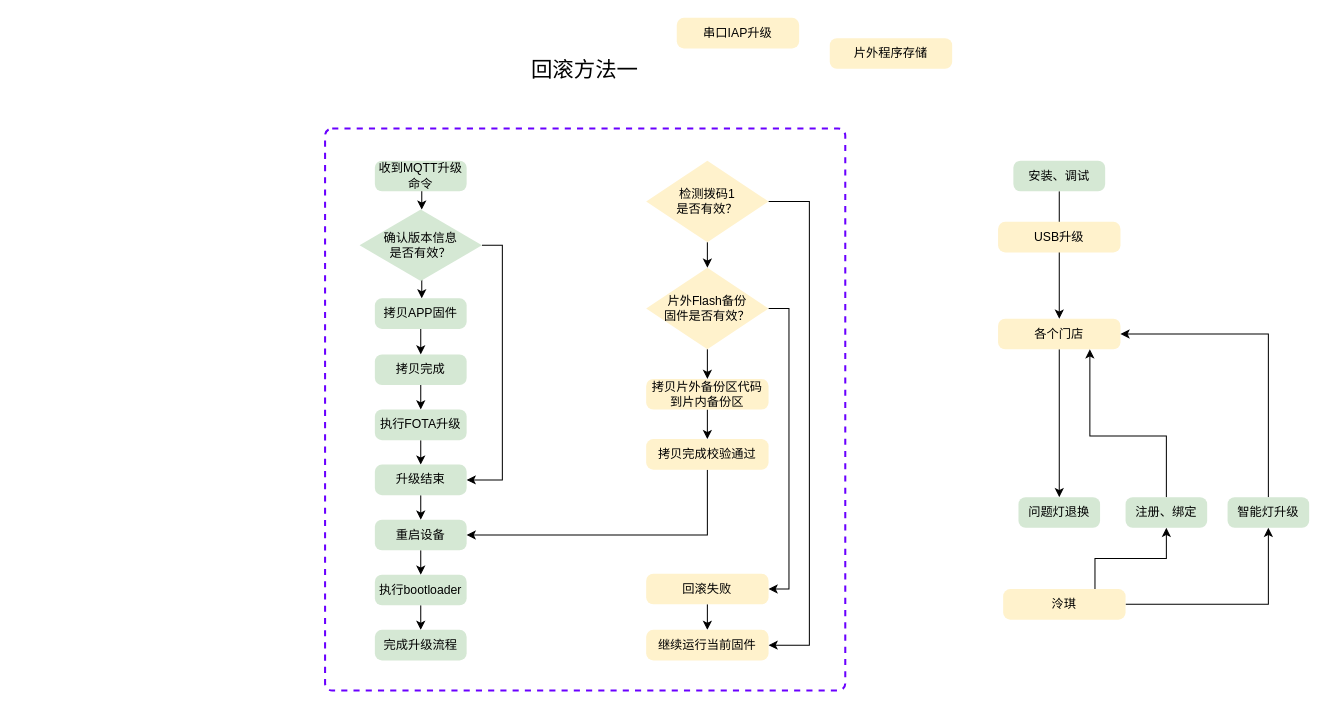
zjh6607476/drawing keeps this draw.io diagram as FOTA升级优化.drawio. Above is the earlier version. Source tidied: cells renumbered, new cells numbered last; positions are measured from the earlier drawing's top-left corner, leaving out a move shared by most shapes. Both pictures are drawn from the tidied source at 102%, with x=0, y=0 at pixel (324, 17).
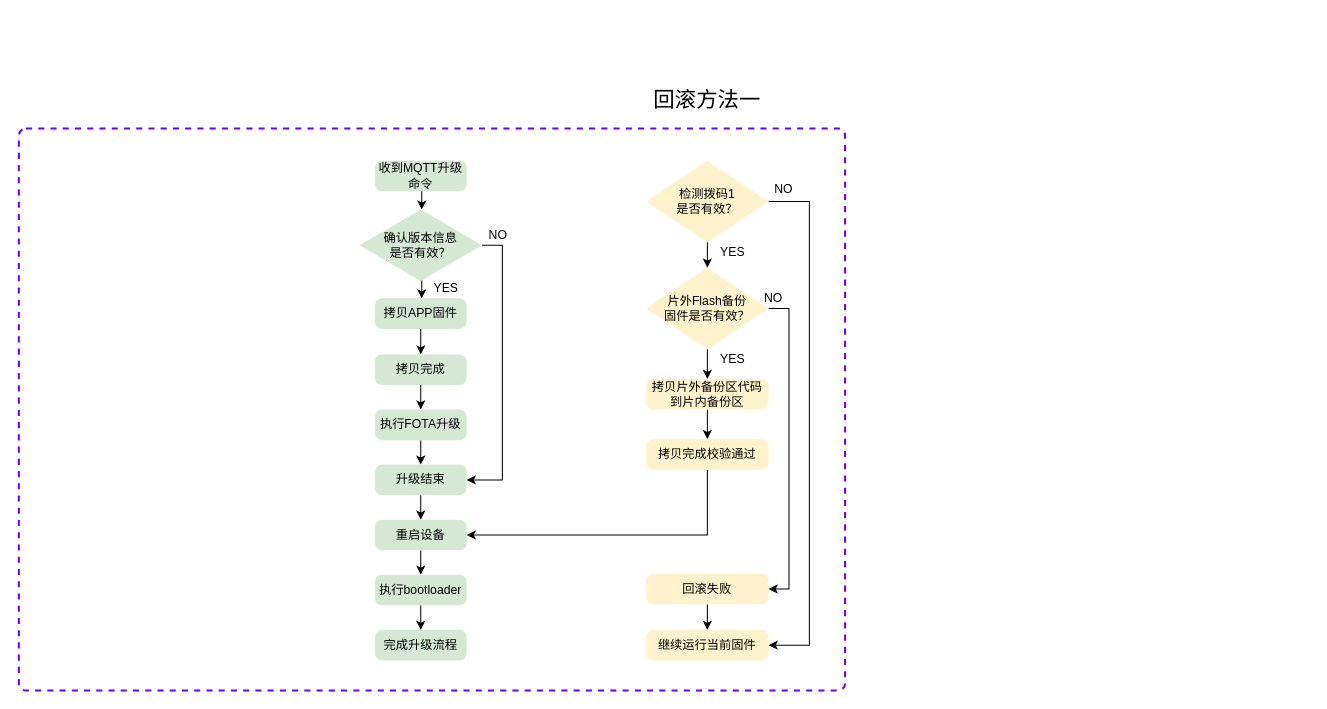
Above is the later version.

Commit message (it also covers changes not shown here):
更新FOTA升级优化.drawio

Change to the diagram source:
```diff
@@
-    <mxCell id="4" style="edgeStyle=orthogonalEdgeStyle;rounded=0;html=1;exitX=0.5;exitY=1;entryX=0.5;entryY=0;jettySize=auto;fontSize=9;" parent="1" edge="1" source="5" target="6">
-      <mxGeometry relative="1" as="geometry" />
-    </mxCell>
-    <mxCell id="5" value="各个门店" style="rounded=1;whiteSpace=wrap;html=1;absoluteArcSize=1;arcSize=14;strokeWidth=2;fillColor=#fff2cc;strokeColor=none;" parent="1" vertex="1">
-      <mxGeometry x="660" y="295" width="120" height="30" as="geometry" />
-    </mxCell>
-    <mxCell id="6" value="问题灯退换" style="rounded=1;whiteSpace=wrap;html=1;absoluteArcSize=1;arcSize=14;strokeWidth=2;fillColor=#d5e8d4;strokeColor=none;" parent="1" vertex="1">
-      <mxGeometry x="680" y="470" width="80" height="30" as="geometry" />
-    </mxCell>
-    <mxCell id="7" style="edgeStyle=orthogonalEdgeStyle;rounded=0;html=1;exitX=0.5;exitY=1;entryX=0.5;entryY=0;jettySize=auto;fontSize=9;" parent="1" edge="1" source="8" target="5">
-      <mxGeometry relative="1" as="geometry" />
-    </mxCell>
-    <mxCell id="8" value="安装、调试" style="rounded=1;whiteSpace=wrap;html=1;absoluteArcSize=1;arcSize=14;strokeWidth=2;fillColor=#d5e8d4;strokeColor=none;" parent="1" vertex="1">
-      <mxGeometry x="675" y="140" width="90" height="30" as="geometry" />
-    </mxCell>
-    <mxCell id="9" style="edgeStyle=orthogonalEdgeStyle;rounded=0;html=1;exitX=1;exitY=0.5;entryX=0.5;entryY=1;jettySize=auto;fontSize=9;" parent="1" edge="1" source="11" target="15">
-      <mxGeometry relative="1" as="geometry" />
-    </mxCell>
-    <mxCell id="10" style="edgeStyle=orthogonalEdgeStyle;rounded=0;html=1;exitX=0.75;exitY=0;jettySize=auto;fontSize=9;" parent="1" edge="1" source="11" target="13">
-      <mxGeometry relative="1" as="geometry" />
-    </mxCell>
-    <mxCell id="11" value="泠琪" style="rounded=1;whiteSpace=wrap;html=1;absoluteArcSize=1;arcSize=14;strokeWidth=2;fillColor=#fff2cc;strokeColor=none;" parent="1" vertex="1">
-      <mxGeometry x="665" y="560" width="120" height="30" as="geometry" />
-    </mxCell>
-    <mxCell id="12" style="edgeStyle=orthogonalEdgeStyle;rounded=0;html=1;exitX=0.5;exitY=0;entryX=0.75;entryY=1;jettySize=auto;fontSize=9;" parent="1" edge="1" source="13" target="5">
-      <mxGeometry relative="1" as="geometry">
-        <Array as="points">
-          <mxPoint x="825" y="410" />
-          <mxPoint x="750" y="410" />
-        </Array>
-      </mxGeometry>
-    </mxCell>
-    <mxCell id="13" value="注册、绑定" style="rounded=1;whiteSpace=wrap;html=1;absoluteArcSize=1;arcSize=14;strokeWidth=2;fillColor=#d5e8d4;strokeColor=none;" parent="1" vertex="1">
-      <mxGeometry x="785" y="470" width="80" height="30" as="geometry" />
-    </mxCell>
-    <mxCell id="14" style="edgeStyle=orthogonalEdgeStyle;rounded=0;html=1;exitX=0.5;exitY=0;entryX=1;entryY=0.5;jettySize=auto;fontSize=9;" parent="1" edge="1" source="15" target="5">
-      <mxGeometry relative="1" as="geometry" />
-    </mxCell>
-    <mxCell id="15" value="智能灯升级" style="rounded=1;whiteSpace=wrap;html=1;absoluteArcSize=1;arcSize=14;strokeWidth=2;fillColor=#d5e8d4;strokeColor=none;" parent="1" vertex="1">
-      <mxGeometry x="885" y="470" width="80" height="30" as="geometry" />
-    </mxCell>
@@
     <mxCell id="17" style="rounded=1;whiteSpace=wrap;html=1;absoluteArcSize=1;arcSize=14;strokeWidth=2;fontSize=9;dashed=1;fillColor=none;strokeColor=#6a00ff;fontColor=#ffffff;" parent="1" vertex="1">
-      <mxGeometry x="0.2" y="108.5" width="510" height="551" as="geometry" />
+      <mxGeometry x="-300" y="108.5" width="810" height="551" as="geometry" />
     </mxCell>
     <mxCell id="18" value="&lt;font style=&quot;font-size: 21px&quot;&gt;回滚方法一&lt;/font&gt;" style="text;html=1;strokeColor=none;fillColor=none;align=center;verticalAlign=middle;whiteSpace=wrap;rounded=0;dashed=1;fontSize=9;" parent="1" vertex="1">
-      <mxGeometry x="175" y="40" width="160" height="20" as="geometry" />
+      <mxGeometry x="295" y="70" width="160" height="20" as="geometry" />
     </mxCell>
-    <mxCell id="19" value="USB升级" style="rounded=1;whiteSpace=wrap;html=1;absoluteArcSize=1;arcSize=14;strokeWidth=2;fillColor=#fff2cc;strokeColor=none;" parent="1" vertex="1">
-      <mxGeometry x="660" y="200" width="120" height="30" as="geometry" />
-    </mxCell>
-    <mxCell id="20" value="串口IAP升级" style="rounded=1;whiteSpace=wrap;html=1;absoluteArcSize=1;arcSize=14;strokeWidth=2;fillColor=#fff2cc;strokeColor=none;" parent="1" vertex="1">
-      <mxGeometry x="345" width="120" height="30" as="geometry" />
-    </mxCell>
-    <mxCell id="21" value="片外程序存储" style="rounded=1;whiteSpace=wrap;html=1;absoluteArcSize=1;arcSize=14;strokeWidth=2;fillColor=#fff2cc;strokeColor=none;" parent="1" vertex="1">
-      <mxGeometry x="495" y="20" width="120" height="30" as="geometry" />
-    </mxCell>
@@
+    <mxCell id="50" value="YES" style="text;html=1;strokeColor=none;fillColor=none;align=center;verticalAlign=middle;whiteSpace=wrap;rounded=0;" parent="1" vertex="1">
+      <mxGeometry x="380" y="325" width="40" height="20" as="geometry" />
+    </mxCell>
+    <mxCell id="51" value="YES" style="text;html=1;strokeColor=none;fillColor=none;align=center;verticalAlign=middle;whiteSpace=wrap;rounded=0;" parent="1" vertex="1">
+      <mxGeometry x="380" y="220" width="40" height="20" as="geometry" />
+    </mxCell>
+    <mxCell id="52" value="YES" style="text;html=1;strokeColor=none;fillColor=none;align=center;verticalAlign=middle;whiteSpace=wrap;rounded=0;" parent="1" vertex="1">
+      <mxGeometry x="99" y="255" width="40" height="20" as="geometry" />
+    </mxCell>
+    <mxCell id="53" value="NO" style="text;html=1;strokeColor=none;fillColor=none;align=center;verticalAlign=middle;whiteSpace=wrap;rounded=0;" parent="1" vertex="1">
+      <mxGeometry x="430" y="157.5" width="40" height="20" as="geometry" />
+    </mxCell>
+    <mxCell id="54" value="NO" style="text;html=1;strokeColor=none;fillColor=none;align=center;verticalAlign=middle;whiteSpace=wrap;rounded=0;" parent="1" vertex="1">
+      <mxGeometry x="150" y="203" width="40" height="20" as="geometry" />
+    </mxCell>
+    <mxCell id="55" value="NO" style="text;html=1;strokeColor=none;fillColor=none;align=center;verticalAlign=middle;whiteSpace=wrap;rounded=0;" parent="1" vertex="1">
+      <mxGeometry x="420" y="265" width="40" height="20" as="geometry" />
+    </mxCell>
```
